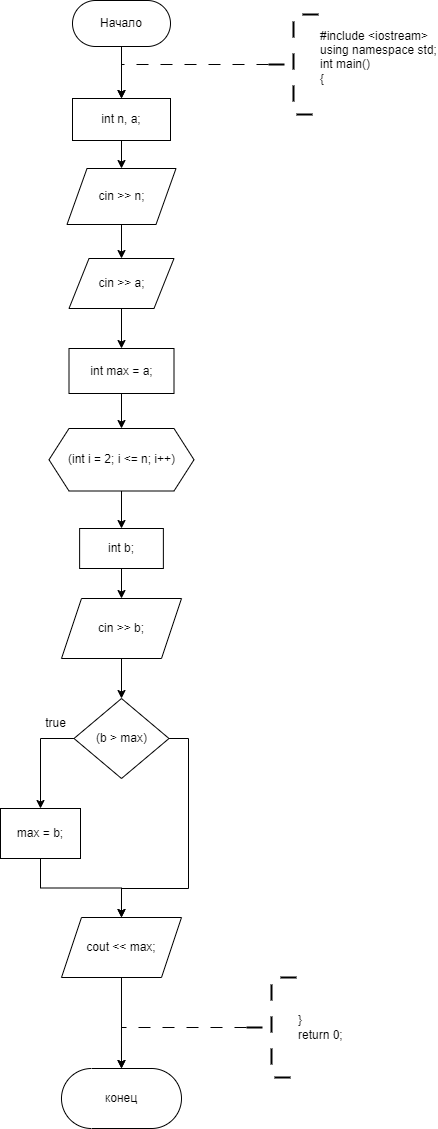
Earlier version of the draw.io export SEM_1/2_10/2_10.drawio.png (Yagirsk/Labs_PSTU_2023). Source tidied: cells renumbered, new cells last; positions are measured from the earlier drawing's top-left corner, leaving out a move shared by most shapes.
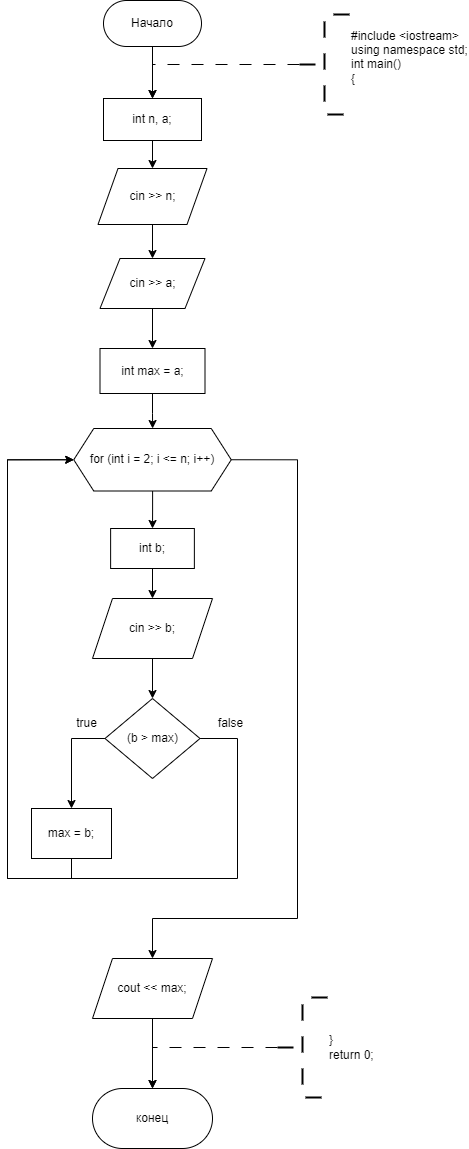
The same file after the commit.

The edit, as a diff of the source:
```diff
@@ -45,8 +45,17 @@
     <mxCell id="14" style="edgeStyle=orthogonalEdgeStyle;rounded=0;jettySize=auto;html=1;" parent="1" edge="1" source="15" target="17">
       <mxGeometry relative="1" as="geometry" />
     </mxCell>
+    <mxCell id="31" style="edgeStyle=orthogonalEdgeStyle;rounded=0;jettySize=auto;html=1;exitX=1;exitY=0.5;exitDx=0;exitDy=0;entryX=0.5;entryY=0;entryDx=0;entryDy=0;" parent="1" edge="1" source="15" target="27">
+      <mxGeometry relative="1" as="geometry">
+        <Array as="points">
+          <mxPoint x="266" y="459" />
+          <mxPoint x="266" y="918" />
+          <mxPoint x="121" y="918" />
+        </Array>
+      </mxGeometry>
+    </mxCell>
-    <mxCell id="15" value="(int i = 2; i &amp;lt;= n; i++)" style="shape=hexagon;perimeter=hexagonPerimeter2;whiteSpace=wrap;html=1;fixedSize=1;rounded=0;" parent="1" vertex="1">
-      <mxGeometry x="48.5" y="428" width="145" height="62.5" as="geometry" />
+    <mxCell id="15" value="for (int i = 2; i &amp;lt;= n; i++)" style="shape=hexagon;perimeter=hexagonPerimeter2;whiteSpace=wrap;html=1;fixedSize=1;rounded=0;" parent="1" vertex="1">
+      <mxGeometry x="42.2" y="428" width="157.5" height="62.5" as="geometry" />
     </mxCell>
     <mxCell id="16" style="edgeStyle=orthogonalEdgeStyle;rounded=0;jettySize=auto;html=1;" parent="1" edge="1" source="17" target="19">
       <mxGeometry relative="1" as="geometry" />
@@ -63,21 +72,28 @@
     <mxCell id="20" style="edgeStyle=orthogonalEdgeStyle;rounded=0;jettySize=auto;html=1;exitX=0;exitY=0.5;exitDx=0;exitDy=0;entryX=0.5;entryY=0;entryDx=0;entryDy=0;" parent="1" edge="1" source="22" target="24">
       <mxGeometry relative="1" as="geometry" />
     </mxCell>
-    <mxCell id="21" style="edgeStyle=orthogonalEdgeStyle;rounded=0;jettySize=auto;html=1;exitX=1;exitY=0.5;exitDx=0;exitDy=0;entryX=0.5;entryY=0;entryDx=0;entryDy=0;" parent="1" edge="1" source="22" target="27">
-      <mxGeometry relative="1" as="geometry">
-        <Array as="points">
-          <mxPoint x="188" y="738" />
-          <mxPoint x="188" y="888" />
-          <mxPoint x="121" y="888" />
-        </Array>
-      </mxGeometry>
-    </mxCell>
+    <mxCell id="32" style="edgeStyle=orthogonalEdgeStyle;rounded=0;jettySize=auto;html=1;exitX=1;exitY=0.5;exitDx=0;exitDy=0;entryX=0;entryY=0.5;entryDx=0;entryDy=0;" parent="1" edge="1" source="22" target="15">
+      <mxGeometry relative="1" as="geometry">
+        <Array as="points">
+          <mxPoint x="206" y="738" />
+          <mxPoint x="206" y="878" />
+          <mxPoint x="-24" y="878" />
+          <mxPoint x="-24" y="459" />
+        </Array>
+      </mxGeometry>
+    </mxCell>
     <mxCell id="22" value="(b &amp;gt; max)" style="rhombus;whiteSpace=wrap;html=1;rounded=0;" parent="1" vertex="1">
       <mxGeometry x="73.5" y="698" width="95" height="80" as="geometry" />
     </mxCell>
-    <mxCell id="23" style="edgeStyle=orthogonalEdgeStyle;rounded=0;jettySize=auto;html=1;exitX=0.5;exitY=1;exitDx=0;exitDy=0;entryX=0.5;entryY=0;entryDx=0;entryDy=0;" parent="1" edge="1" source="24" target="27">
-      <mxGeometry relative="1" as="geometry" />
-    </mxCell>
+    <mxCell id="33" style="edgeStyle=orthogonalEdgeStyle;rounded=0;jettySize=auto;html=1;exitX=0.5;exitY=1;exitDx=0;exitDy=0;entryX=0;entryY=0.5;entryDx=0;entryDy=0;" parent="1" edge="1" source="24" target="15">
+      <mxGeometry relative="1" as="geometry">
+        <Array as="points">
+          <mxPoint x="40" y="878" />
+          <mxPoint x="-24" y="878" />
+          <mxPoint x="-24" y="459" />
+        </Array>
+      </mxGeometry>
+    </mxCell>
     <mxCell id="24" value="max = b;" style="whiteSpace=wrap;html=1;" parent="1" vertex="1">
       <mxGeometry y="808" width="80" height="50" as="geometry" />
     </mxCell>
@@ -88,16 +104,19 @@
       <mxGeometry relative="1" as="geometry" />
     </mxCell>
     <mxCell id="27" value="cout &amp;lt;&amp;lt; max;" style="shape=parallelogram;perimeter=parallelogramPerimeter;whiteSpace=wrap;html=1;fixedSize=1;" parent="1" vertex="1">
-      <mxGeometry x="61" y="917" width="120" height="60" as="geometry" />
+      <mxGeometry x="61" y="958" width="120" height="60" as="geometry" />
     </mxCell>
     <mxCell id="28" value="конец" style="rounded=1;whiteSpace=wrap;html=1;arcSize=50;" parent="1" vertex="1">
-      <mxGeometry x="61" y="1068" width="120" height="60" as="geometry" />
+      <mxGeometry x="61" y="1088" width="120" height="60" as="geometry" />
     </mxCell>
     <mxCell id="29" style="edgeStyle=orthogonalEdgeStyle;rounded=0;jettySize=auto;html=1;exitX=0;exitY=0.5;exitDx=0;exitDy=0;exitPerimeter=0;entryX=0.5;entryY=0;entryDx=0;entryDy=0;dashed=1;dashPattern=12 12;" parent="1" edge="1" source="30" target="28">
       <mxGeometry relative="1" as="geometry" />
     </mxCell>
     <mxCell id="30" value="&lt;div&gt;&lt;span style=&quot;background-color: initial;&quot;&gt;}&lt;/span&gt;&lt;/div&gt;&lt;div&gt;&lt;span style=&quot;background-color: initial;&quot;&gt;return 0;&lt;/span&gt;&lt;/div&gt;" style="strokeWidth=2;html=1;shape=mxgraph.flowchart.annotation_2;align=left;labelPosition=right;strokeColor=default;dashed=1;dashPattern=8 8;" parent="1" vertex="1">
-      <mxGeometry x="246" y="977" width="50" height="100" as="geometry" />
+      <mxGeometry x="246" y="997" width="50" height="100" as="geometry" />
     </mxCell>
+    <mxCell id="34" value="false" style="text;html=1;align=center;verticalAlign=middle;strokeColor=none;fillColor=none;" parent="1" vertex="1">
+      <mxGeometry x="173.5" y="708" width="50" height="30" as="geometry" />
+    </mxCell>
   </root>
 </mxGraphModel>
```
